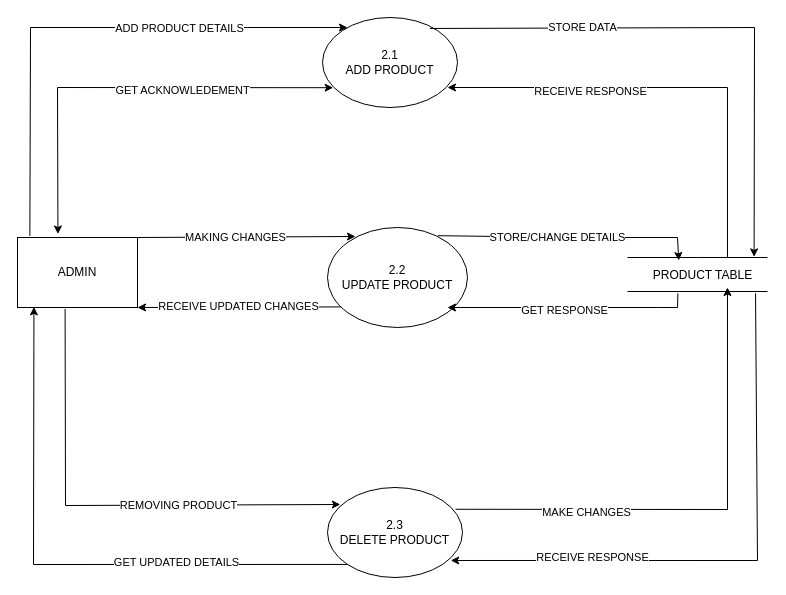
panchalbhavya2210/gift_documentation keeps this draw.io diagram as page "DFD-2(PRODUCT)" (11 of 14) of Usecase userside.drawio. Above is the earlier version. Source tidied: cells renumbered, new cells numbered last; positions are measured from the earlier drawing's top-left corner, leaving out a move shared by most shapes. Both pictures are drawn from the tidied source at 100%, with x=0, y=0 at pixel (17, 17).
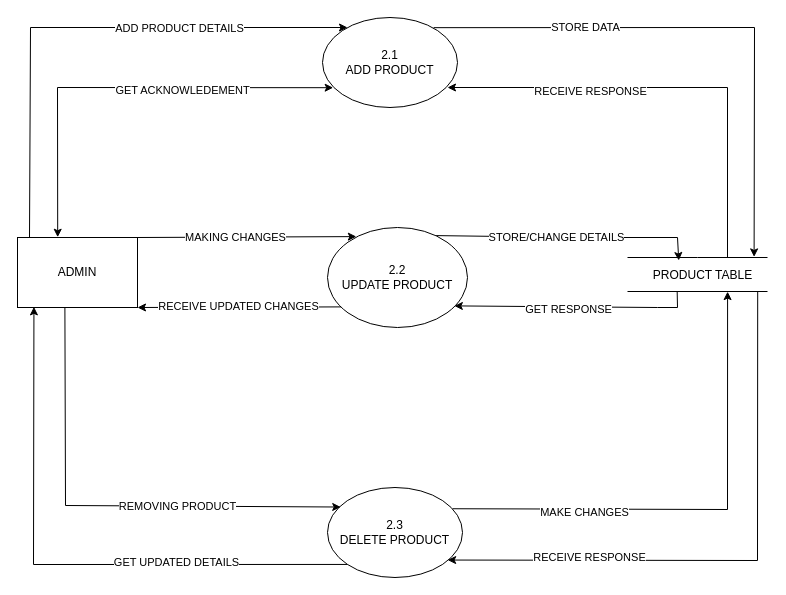
Above is the later version.

Unchanged cells that the change refers to:
```xml
<mxCell id="2" value="2.1&lt;br&gt;ADD PRODUCT" style="ellipse;whiteSpace=wrap;html=1;" parent="1" vertex="1">
  <mxGeometry x="305" width="135" height="90" as="geometry" />
</mxCell>
<mxCell id="3" value="ADMIN" style="rounded=0;whiteSpace=wrap;html=1;" parent="1" vertex="1">
  <mxGeometry y="220" width="120" height="70" as="geometry" />
</mxCell>
<mxCell id="4" value="2.2&lt;br&gt;UPDATE PRODUCT" style="ellipse;whiteSpace=wrap;html=1;" parent="1" vertex="1">
  <mxGeometry x="310" y="210" width="140" height="100" as="geometry" />
</mxCell>
<mxCell id="7" value="PRODUCT TABLE" style="text;html=1;align=center;verticalAlign=middle;points=[];strokeColor=none;fillColor=none;" parent="1" vertex="1">
  <mxGeometry x="625" y="243" width="120" height="30" as="geometry" />
</mxCell>
<mxCell id="8" value="2.3&lt;br&gt;DELETE PRODUCT" style="ellipse;whiteSpace=wrap;html=1;" parent="1" vertex="1">
  <mxGeometry x="310" y="470" width="135" height="90" as="geometry" />
</mxCell>
```

The edit, as a diff of the source:
```diff
@@
-    <mxCell id="9" style="endArrow=classic;html=1;rounded=0;entryX=0.93;entryY=-0.12;entryDx=0;entryDy=0;entryPerimeter=0;exitX=0.796;exitY=0.122;exitDx=0;exitDy=0;exitPerimeter=0;" parent="1" edge="1" source="2" target="7">
+    <mxCell id="9" style="endArrow=classic;html=1;rounded=0;entryX=0.93;entryY=-0.12;entryDx=0;entryDy=0;entryPerimeter=0;exitX=0.823;exitY=0.113;exitDx=0;exitDy=0;exitPerimeter=0;" parent="1" edge="1" source="2" target="7">
       <mxGeometry relative="1" as="geometry">
         <Array as="points">
           <mxPoint x="737" y="10" />
         </Array>
       </mxGeometry>
     </mxCell>
@@
-    <mxCell id="13" style="endArrow=classic;html=1;rounded=0;exitX=0.103;exitY=-0.023;exitDx=0;exitDy=0;exitPerimeter=0;" parent="1" edge="1" source="3">
+    <mxCell id="13" style="endArrow=classic;html=1;rounded=0;exitX=0.1;exitY=-0.007;exitDx=0;exitDy=0;exitPerimeter=0;" parent="1" edge="1" source="3">
       <mxGeometry relative="1" as="geometry">
         <mxPoint x="330" y="10" as="targetPoint" />
         <Array as="points">
           <mxPoint x="13" y="10" />
         </Array>
       </mxGeometry>
     </mxCell>
@@
-    <mxCell id="17" style="endArrow=classic;html=1;rounded=0;entryX=0.337;entryY=-0.05;entryDx=0;entryDy=0;entryPerimeter=0;" parent="1" edge="1" target="3">
+    <mxCell id="17" style="endArrow=classic;html=1;rounded=0;entryX=0.335;entryY=-0.004;entryDx=0;entryDy=0;entryPerimeter=0;" parent="1" edge="1" target="3">
       <mxGeometry relative="1" as="geometry">
         <mxPoint x="40" y="70" as="sourcePoint" />
       </mxGeometry>
     </mxCell>
-    <mxCell id="18" style="endArrow=classic;html=1;rounded=0;exitX=1;exitY=0;exitDx=0;exitDy=0;entryX=0.2;entryY=0.09;entryDx=0;entryDy=0;entryPerimeter=0;" parent="1" edge="1" source="3" target="4">
+    <mxCell id="18" style="endArrow=classic;html=1;rounded=0;exitX=1;exitY=0;exitDx=0;exitDy=0;entryX=0.206;entryY=0.091;entryDx=0;entryDy=0;entryPerimeter=0;" parent="1" edge="1" source="3" target="4">
       <mxGeometry relative="1" as="geometry" />
     </mxCell>
@@
-    <mxCell id="22" style="endArrow=classic;html=1;rounded=0;exitX=0.789;exitY=0.082;exitDx=0;exitDy=0;exitPerimeter=0;entryX=0.302;entryY=0;entryDx=0;entryDy=0;entryPerimeter=0;" parent="1" edge="1" source="4" target="7">
+    <mxCell id="22" style="endArrow=classic;html=1;rounded=0;exitX=0.776;exitY=0.081;exitDx=0;exitDy=0;exitPerimeter=0;entryX=0.302;entryY=0;entryDx=0;entryDy=0;entryPerimeter=0;" parent="1" edge="1" source="4" target="7">
       <mxGeometry relative="1" as="geometry">
         <Array as="points">
           <mxPoint x="560" y="220" />
           <mxPoint x="660" y="220" />
         </Array>
       </mxGeometry>
     </mxCell>
@@
-    <mxCell id="24" style="endArrow=classic;html=1;rounded=0;exitX=0.295;exitY=1.093;exitDx=0;exitDy=0;exitPerimeter=0;" parent="1" edge="1" source="7">
+    <mxCell id="24" style="endArrow=classic;html=1;rounded=0;exitX=0.289;exitY=1.04;exitDx=0;exitDy=0;exitPerimeter=0;entryX=0.906;entryY=0.784;entryDx=0;entryDy=0;entryPerimeter=0;" parent="1" edge="1" source="7" target="4">
       <mxGeometry relative="1" as="geometry">
-        <mxPoint x="430" y="290" as="targetPoint" />
         <Array as="points">
           <mxPoint x="660" y="290" />
           <mxPoint x="640" y="290" />
         </Array>
       </mxGeometry>
     </mxCell>
@@
-    <mxCell id="28" style="endArrow=classic;html=1;rounded=0;entryX=0.095;entryY=0.189;entryDx=0;entryDy=0;entryPerimeter=0;exitX=0.397;exitY=1.049;exitDx=0;exitDy=0;exitPerimeter=0;" parent="1" edge="1" target="8">
+    <mxCell id="28" style="endArrow=classic;html=1;rounded=0;entryX=0.098;entryY=0.217;entryDx=0;entryDy=0;entryPerimeter=0;exitX=0.395;exitY=0.999;exitDx=0;exitDy=0;exitPerimeter=0;" parent="1" edge="1" source="3" target="8">
       <mxGeometry relative="1" as="geometry">
-        <mxPoint x="47.6" y="291.4" as="sourcePoint" />
         <Array as="points">
           <mxPoint x="48" y="488" />
         </Array>
       </mxGeometry>
     </mxCell>
@@
-    <mxCell id="30" style="endArrow=classic;html=1;rounded=0;exitX=0.948;exitY=0.242;exitDx=0;exitDy=0;exitPerimeter=0;" parent="1" edge="1" source="8">
+    <mxCell id="30" style="endArrow=classic;html=1;rounded=0;exitX=0.927;exitY=0.236;exitDx=0;exitDy=0;exitPerimeter=0;entryX=0.709;entryY=1.037;entryDx=0;entryDy=0;entryPerimeter=0;" parent="1" edge="1" source="8" target="7">
       <mxGeometry relative="1" as="geometry">
-        <mxPoint x="710" y="270" as="targetPoint" />
         <Array as="points">
           <mxPoint x="710" y="492" />
         </Array>
       </mxGeometry>
     </mxCell>
@@
-    <mxCell id="32" style="endArrow=classic;html=1;rounded=0;entryX=0.913;entryY=0.811;entryDx=0;entryDy=0;entryPerimeter=0;exitX=0.942;exitY=1.093;exitDx=0;exitDy=0;exitPerimeter=0;" parent="1" edge="1" source="7" target="8">
+    <mxCell id="32" style="endArrow=classic;html=1;rounded=0;entryX=0.89;entryY=0.806;entryDx=0;entryDy=0;entryPerimeter=0;exitX=0.96;exitY=1.05;exitDx=0;exitDy=0;exitPerimeter=0;" parent="1" edge="1" source="7" target="8">
       <mxGeometry relative="1" as="geometry">
         <Array as="points">
           <mxPoint x="740" y="543" />
         </Array>
       </mxGeometry>
     </mxCell>
```
